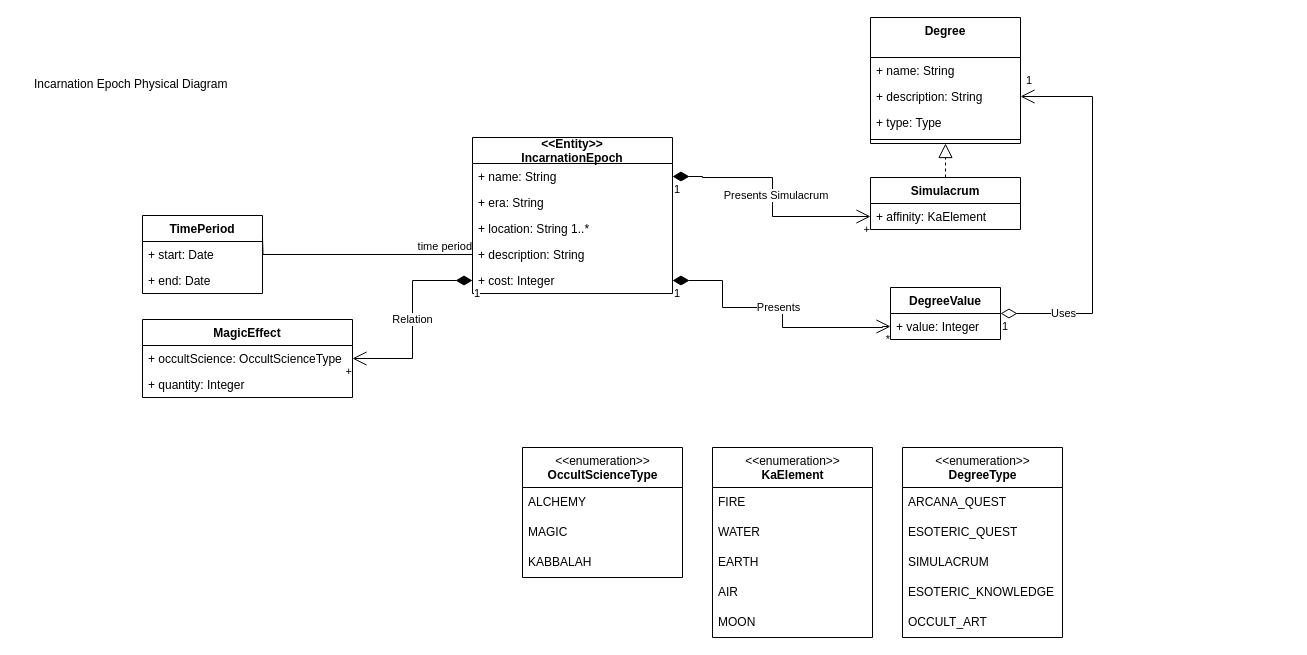
Before: page "Physical" (2 of 2) of nephilim.online.creator.conceptual.model.drawio in Rorschachdb/nephilim-creator, a draw.io diagram. Source tidied: cells renumbered, new cells numbered last; positions are measured from the earlier drawing's top-left corner, leaving out a move shared by most shapes. Both pictures are drawn from the tidied source at 100%, with x=0, y=0 at pixel (32, 17).
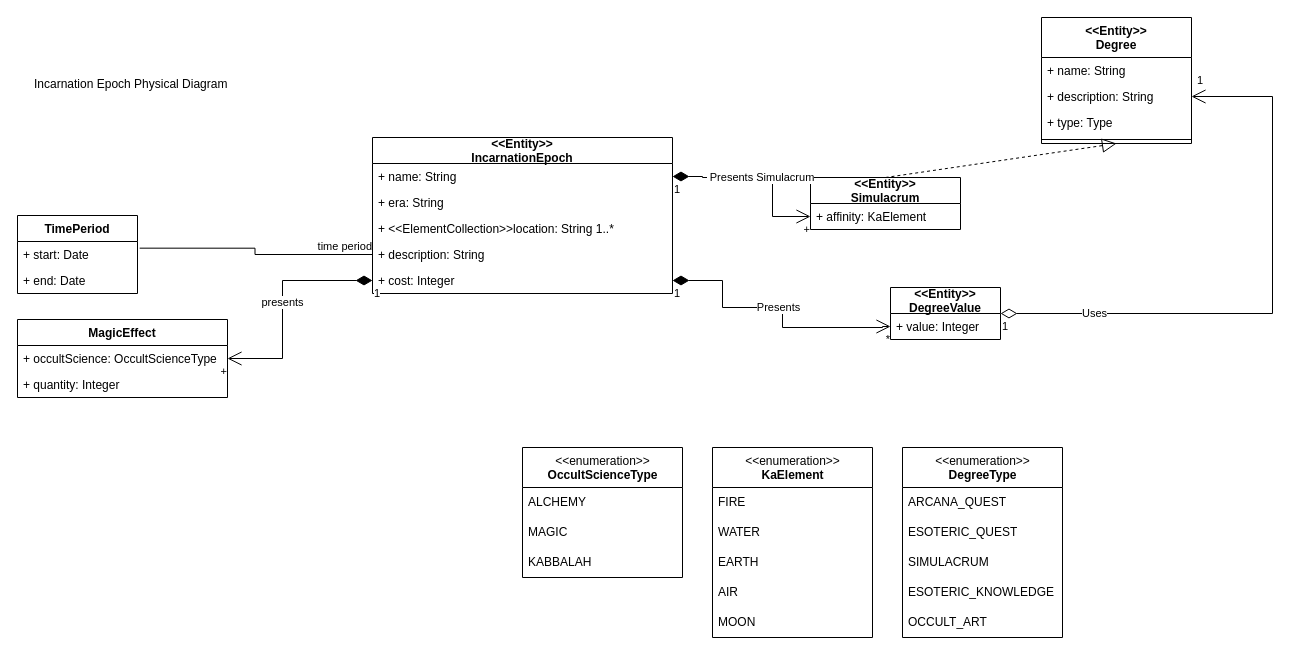
After the change.

Unchanged cells that the change refers to:
```xml
<mxCell id="3" value="+ start: Date" style="text;strokeColor=none;fillColor=none;align=left;verticalAlign=top;spacingLeft=4;spacingRight=4;overflow=hidden;points=[[0,0.5],[1,0.5]];portConstraint=eastwest;" parent="2" vertex="1">
  <mxGeometry y="26" width="120" height="26" as="geometry" />
</mxCell>
<mxCell id="16" value="+ occultScience: OccultScienceType" style="text;strokeColor=none;fillColor=none;align=left;verticalAlign=top;spacingLeft=4;spacingRight=4;overflow=hidden;points=[[0,0.5],[1,0.5]];portConstraint=eastwest;" parent="15" vertex="1">
  <mxGeometry y="26" width="210" height="26" as="geometry" />
</mxCell>
<mxCell id="27" value="+ description: String" style="text;strokeColor=none;fillColor=none;align=left;verticalAlign=top;spacingLeft=4;spacingRight=4;overflow=hidden;points=[[0,0.5],[1,0.5]];portConstraint=eastwest;" parent="25" vertex="1">
  <mxGeometry y="66" width="150" height="26" as="geometry" />
</mxCell>
```

What changed in the source:
```diff
@@
     <mxCell id="2" value="TimePeriod" style="swimlane;fontStyle=1;horizontal=1;startSize=26;fillColor=none;" parent="1" vertex="1">
-      <mxGeometry x="110" y="198" width="120" height="78" as="geometry" />
+      <mxGeometry x="-15" y="198" width="120" height="78" as="geometry" />
     </mxCell>
@@
-    <mxCell id="5" value="DegreeValue" style="swimlane;fontStyle=1;horizontal=1;startSize=26;fillColor=none;" parent="1" vertex="1">
+    <mxCell id="5" value="&lt;&lt;Entity&gt;&gt;&#10;DegreeValue" style="swimlane;fontStyle=1;horizontal=1;startSize=26;fillColor=none;" parent="1" vertex="1">
       <mxGeometry x="858" y="270" width="110" height="52" as="geometry" />
     </mxCell>
@@
     <mxCell id="7" value="&lt;&lt;Entity&gt;&gt;&#10;IncarnationEpoch" style="swimlane;fontStyle=1;horizontal=1;startSize=26;fillColor=none;" parent="1" vertex="1">
-      <mxGeometry x="440" y="120" width="200" height="156" as="geometry" />
+      <mxGeometry x="340" y="120" width="300" height="156" as="geometry" />
     </mxCell>
     <mxCell id="8" value="+ name: String" style="text;strokeColor=none;fillColor=none;align=left;verticalAlign=top;spacingLeft=4;spacingRight=4;overflow=hidden;points=[[0,0.5],[1,0.5]];portConstraint=eastwest;" parent="7" vertex="1">
-      <mxGeometry y="26" width="200" height="26" as="geometry" />
+      <mxGeometry y="26" width="300" height="26" as="geometry" />
     </mxCell>
     <mxCell id="9" value="+ era: String" style="text;strokeColor=none;fillColor=none;align=left;verticalAlign=top;spacingLeft=4;spacingRight=4;overflow=hidden;" parent="7" vertex="1">
-      <mxGeometry y="52" width="200" height="26" as="geometry" />
+      <mxGeometry y="52" width="300" height="26" as="geometry" />
     </mxCell>
-    <mxCell id="10" value="+ location: String 1..*" style="text;strokeColor=none;fillColor=none;align=left;verticalAlign=top;spacingLeft=4;spacingRight=4;overflow=hidden;" parent="7" vertex="1">
-      <mxGeometry y="78" width="200" height="26" as="geometry" />
+    <mxCell id="10" value="+ &lt;&lt;ElementCollection&gt;&gt;location: String 1..*" style="text;strokeColor=none;fillColor=none;align=left;verticalAlign=top;spacingLeft=4;spacingRight=4;overflow=hidden;" parent="7" vertex="1">
+      <mxGeometry y="78" width="300" height="26" as="geometry" />
     </mxCell>
     <mxCell id="11" value="+ description: String" style="text;strokeColor=none;fillColor=none;align=left;verticalAlign=top;spacingLeft=4;spacingRight=4;overflow=hidden;points=[[0,0.5],[1,0.5]];portConstraint=eastwest;" parent="7" vertex="1">
-      <mxGeometry y="104" width="200" height="26" as="geometry" />
+      <mxGeometry y="104" width="300" height="26" as="geometry" />
     </mxCell>
     <mxCell id="12" value="+ cost: Integer" style="text;strokeColor=none;fillColor=none;align=left;verticalAlign=top;spacingLeft=4;spacingRight=4;overflow=hidden;points=[[0,0.5],[1,0.5]];portConstraint=eastwest;" parent="7" vertex="1">
-      <mxGeometry y="130" width="200" height="26" as="geometry" />
+      <mxGeometry y="130" width="300" height="26" as="geometry" />
     </mxCell>
-    <mxCell id="13" value="Simulacrum" style="swimlane;fontStyle=1;horizontal=1;startSize=26;fillColor=none;" parent="1" vertex="1">
-      <mxGeometry x="838" y="160" width="150" height="52" as="geometry" />
+    <mxCell id="13" value="&lt;&lt;Entity&gt;&gt;&#10;Simulacrum" style="swimlane;fontStyle=1;horizontal=1;startSize=26;fillColor=none;" parent="1" vertex="1">
+      <mxGeometry x="778" y="160" width="150" height="52" as="geometry" />
     </mxCell>
@@
     <mxCell id="15" value="MagicEffect" style="swimlane;fontStyle=1;horizontal=1;startSize=26;fillColor=none;" parent="1" vertex="1">
-      <mxGeometry x="110" y="302" width="210" height="78" as="geometry" />
+      <mxGeometry x="-15" y="302" width="210" height="78" as="geometry" />
     </mxCell>
@@
-    <mxCell id="19" style="endArrow=none;html=1;edgeStyle=orthogonalEdgeStyle;rounded=0;entryX=0;entryY=0.5;entryDx=0;entryDy=0;" parent="1" edge="1" target="11">
-      <mxGeometry relative="1" as="geometry">
-        <mxPoint x="230" y="220" as="sourcePoint" />
-      </mxGeometry>
+    <mxCell id="19" style="endArrow=none;html=1;edgeStyle=orthogonalEdgeStyle;rounded=0;entryX=0;entryY=0.5;entryDx=0;entryDy=0;exitX=1.018;exitY=0.256;exitDx=0;exitDy=0;exitPerimeter=0;" parent="1" edge="1" source="3" target="11">
+      <mxGeometry relative="1" as="geometry" />
     </mxCell>
@@
-    <mxCell id="25" value="Degree" style="swimlane;fontStyle=1;align=center;verticalAlign=top;horizontal=1;startSize=40;" parent="1" vertex="1">
-      <mxGeometry x="838" width="150" height="126" as="geometry" />
+    <mxCell id="25" value="&lt;&lt;Entity&gt;&gt;&#10;Degree" style="swimlane;fontStyle=1;align=center;verticalAlign=top;horizontal=1;startSize=40;" parent="1" vertex="1">
+      <mxGeometry x="1009" width="150" height="126" as="geometry" />
     </mxCell>
@@
     <mxCell id="46" value="Uses" style="endArrow=open;html=1;endSize=12;startArrow=diamondThin;startSize=14;startFill=0;edgeStyle=orthogonalEdgeStyle;rounded=0;exitX=1;exitY=0.5;exitDx=0;exitDy=0;entryX=1;entryY=0.5;entryDx=0;entryDy=0;" parent="1" edge="1" source="5" target="27">
       <mxGeometry x="-0.67" relative="1" as="geometry">
         <Array as="points">
-          <mxPoint x="1060" y="296" />
-          <mxPoint x="1060" y="79" />
+          <mxPoint x="1240" y="296" />
+          <mxPoint x="1240" y="79" />
         </Array>
       </mxGeometry>
     </mxCell>
@@
-    <mxCell id="53" value="Relation" style="endArrow=open;html=1;endSize=12;startArrow=diamondThin;startSize=14;startFill=1;edgeStyle=orthogonalEdgeStyle;rounded=0;exitX=0;exitY=0.5;exitDx=0;exitDy=0;" parent="1" edge="1" source="12" target="16">
-      <mxGeometry relative="1" as="geometry" />
+    <mxCell id="53" value="presents" style="endArrow=open;html=1;endSize=12;startArrow=diamondThin;startSize=14;startFill=1;edgeStyle=orthogonalEdgeStyle;rounded=0;exitX=0;exitY=0.5;exitDx=0;exitDy=0;" parent="1" edge="1" source="12" target="16">
+      <mxGeometry relative="1" as="geometry">
+        <Array as="points">
+          <mxPoint x="250" y="263" />
+          <mxPoint x="250" y="341" />
+        </Array>
+      </mxGeometry>
     </mxCell>
```
